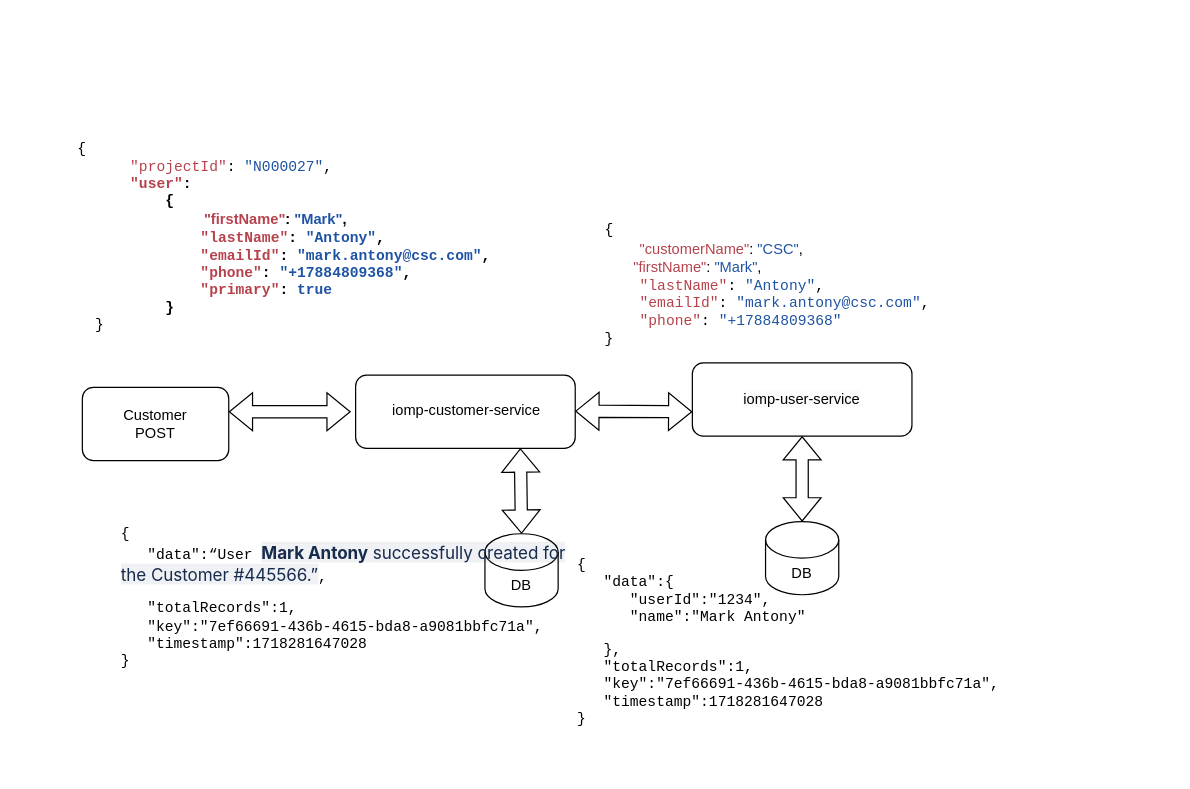
Before: src/main/java/com/wesco/model/post customer contact details.drawio in wesco-chandanabuduru/common-entities, a draw.io diagram. Source tidied: cells renumbered, new cells numbered last; positions are measured from the earlier drawing's top-left corner, leaving out a move shared by most shapes. Both pictures are drawn from the tidied source at 122%, with x=0, y=0 at pixel (57, 21).
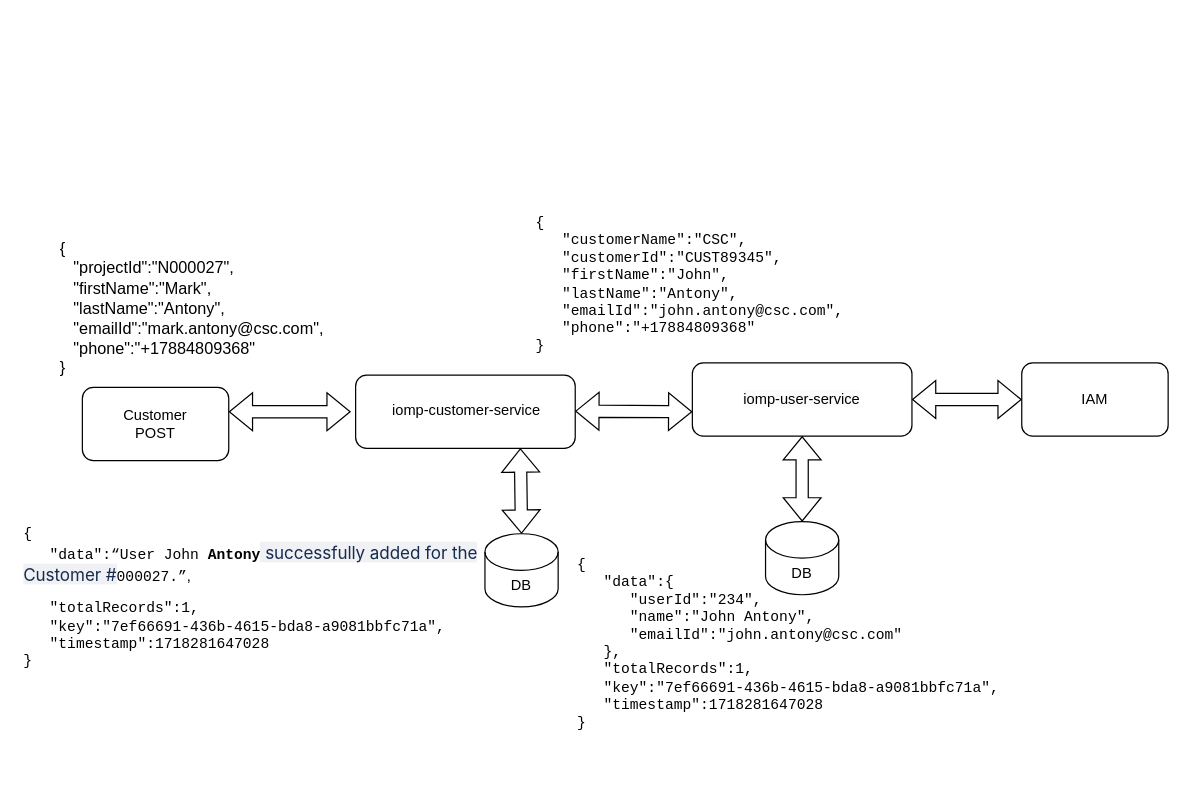
The same page after the edit.

Change to the diagram source:
```diff
@@
-    <mxCell id="8" value="&lt;pre style=&quot;margin-top: 0px;&quot;&gt;&lt;pre&gt;&lt;pre&gt;&lt;pre&gt;&lt;span dir=&quot;ltr&quot; class=&quot;ui-provider a b c d e f g h i j k l m n o p q r s t u v w x y z ab ac ae af ag ah ai aj ak&quot;&gt;&lt;pre&gt;&lt;br&gt;&lt;/pre&gt;&lt;pre&gt;&lt;br&gt;&lt;/pre&gt;&lt;pre&gt;  &lt;/pre&gt;&lt;pre&gt;  {&lt;br&gt;&amp;nbsp;&amp;nbsp;&amp;nbsp;&amp;nbsp;&amp;nbsp;&amp;nbsp;&amp;nbsp; &lt;span style=&quot;color: rgb(182, 66, 76);&quot;&gt;&quot;projectId&quot;&lt;/span&gt;: &lt;span style=&quot;color: rgb(30, 83, 163);&quot;&gt;&quot;N000027&quot;&lt;/span&gt;,&lt;br&gt;&amp;nbsp;&amp;nbsp;&amp;nbsp;&amp;nbsp;&amp;nbsp;&amp;nbsp;&amp;nbsp;&lt;b&gt; &lt;span style=&quot;color: rgb(182, 66, 76);&quot;&gt;&quot;user&quot;&lt;/span&gt;: &lt;br&gt;&lt;/b&gt;&lt;b&gt;&amp;nbsp;&amp;nbsp;&amp;nbsp;&amp;nbsp;&amp;nbsp;&amp;nbsp;&amp;nbsp;&amp;nbsp;&amp;nbsp;&amp;nbsp;&amp;nbsp; {&lt;br&gt;&lt;/b&gt;&lt;b style=&quot;background-color: initial;&quot;&gt;&amp;nbsp;        &lt;/b&gt;&lt;b style=&quot;background-color: initial; font-family: Helvetica; white-space: normal;&quot;&gt; &amp;nbsp; &amp;nbsp; &amp;nbsp; &amp;nbsp; &amp;nbsp; &amp;nbsp; &amp;nbsp; &amp;nbsp;&lt;span style=&quot;color: rgb(182, 66, 76);&quot;&gt;&quot;firstName&quot;&lt;/span&gt;: &lt;span style=&quot;color: rgb(30, 83, 163);&quot;&gt;&quot;Mark&quot;&lt;/span&gt;,&lt;br&gt;&lt;/b&gt;&lt;b&gt;&amp;nbsp;&amp;nbsp;&amp;nbsp;&amp;nbsp;&amp;nbsp;&amp;nbsp;&amp;nbsp;&amp;nbsp;&amp;nbsp;&amp;nbsp;&amp;nbsp;&amp;nbsp;&amp;nbsp;&amp;nbsp;&amp;nbsp; &lt;span style=&quot;color: rgb(182, 66, 76);&quot;&gt;&quot;lastName&quot;&lt;/span&gt;: &lt;span style=&quot;color: rgb(30, 83, 163);&quot;&gt;&quot;Antony&quot;&lt;/span&gt;,&lt;br&gt;&lt;/b&gt;&lt;b&gt;&amp;nbsp;&amp;nbsp;&amp;nbsp;&amp;nbsp;&amp;nbsp;&amp;nbsp;&amp;nbsp;&amp;nbsp;&amp;nbsp;&amp;nbsp;&amp;nbsp;&amp;nbsp;&amp;nbsp;&amp;nbsp;&amp;nbsp; &lt;span style=&quot;color: rgb(182, 66, 76);&quot;&gt;&quot;emailId&quot;&lt;/span&gt;: &lt;span style=&quot;color: rgb(30, 83, 163);&quot;&gt;&quot;mark.antony@csc.com&quot;&lt;/span&gt;,&lt;br&gt;&lt;/b&gt;&lt;b&gt;&amp;nbsp;&amp;nbsp;&amp;nbsp;&amp;nbsp;&amp;nbsp;&amp;nbsp;&amp;nbsp;&amp;nbsp;&amp;nbsp;&amp;nbsp;&amp;nbsp;&amp;nbsp;&amp;nbsp;&amp;nbsp;&amp;nbsp; &lt;span style=&quot;color: rgb(182, 66, 76);&quot;&gt;&quot;phone&quot;&lt;/span&gt;: &lt;span style=&quot;color: rgb(30, 83, 163);&quot;&gt;&quot;+17884809368&quot;&lt;/span&gt;,&lt;br&gt;&lt;/b&gt;&lt;b&gt;&amp;nbsp;&amp;nbsp;&amp;nbsp;&amp;nbsp;&amp;nbsp;&amp;nbsp;&amp;nbsp;&amp;nbsp;&amp;nbsp;&amp;nbsp;&amp;nbsp;&amp;nbsp;&amp;nbsp;&amp;nbsp;&amp;nbsp; &lt;span style=&quot;color: rgb(182, 66, 76);&quot;&gt;&quot;primary&quot;&lt;/span&gt;: &lt;span style=&quot;color: rgb(30, 83, 163);&quot;&gt;true&lt;br&gt;&lt;/span&gt;&lt;/b&gt;&lt;b&gt;&amp;nbsp;&amp;nbsp;&amp;nbsp;&amp;nbsp;&amp;nbsp;&amp;nbsp;&amp;nbsp;&amp;nbsp;&amp;nbsp;&amp;nbsp;&amp;nbsp; }&lt;/b&gt;&lt;br&gt;&amp;nbsp;&amp;nbsp;&amp;nbsp; }&lt;/pre&gt;&lt;/span&gt;&lt;/pre&gt;&lt;/pre&gt;&lt;/pre&gt;&lt;/pre&gt;" style="text;html=1;whiteSpace=wrap;overflow=hidden;rounded=0;align=left;" parent="1" vertex="1">
-      <mxGeometry width="360" height="290" as="geometry" />
+    <mxCell id="8" value="&lt;pre style=&quot;margin-top: 0px;&quot;&gt;&lt;pre&gt;&lt;pre&gt;&lt;pre&gt;&lt;span dir=&quot;ltr&quot; class=&quot;ui-provider a b c d e f g h i j k l m n o p q r s t u v w x y z ab ac ae af ag ah ai aj ak&quot;&gt;&lt;pre&gt;&lt;pre style=&quot;margin: 0cm 0cm 0.0001pt; background-image: initial; background-position: initial; background-size: initial; background-repeat: initial; background-attachment: initial; background-origin: initial; background-clip: initial;&quot;&gt;&lt;font face=&quot;Calibri, sans-serif&quot;&gt;&lt;span style=&quot;font-size: 13.3333px;&quot;&gt;{&lt;br/&gt;   &quot;projectId&quot;:&quot;N000027&quot;,&lt;br/&gt;   &quot;firstName&quot;:&quot;Mark&quot;,&lt;br/&gt;   &quot;lastName&quot;:&quot;Antony&quot;,&lt;br/&gt;   &quot;emailId&quot;:&quot;mark.antony@csc.com&quot;,&lt;br/&gt;   &quot;phone&quot;:&quot;+17884809368&quot;&lt;br/&gt;}&lt;/span&gt;&lt;/font&gt;&lt;font face=&quot;Courier New&quot;&gt;&lt;span style=&quot;font-size: 10pt;&quot;&gt;&lt;br&gt;&lt;/span&gt;&lt;/font&gt;&lt;/pre&gt;&lt;/pre&gt;&lt;/span&gt;&lt;/pre&gt;&lt;/pre&gt;&lt;/pre&gt;&lt;/pre&gt;" style="text;html=1;whiteSpace=wrap;overflow=hidden;rounded=0;align=left;" parent="1" vertex="1">
+      <mxGeometry y="160" width="360" height="190" as="geometry" />
     </mxCell>
@@
-    <mxCell id="13" value="&lt;pre style=&quot;margin-top: 0px;&quot;&gt;&lt;pre&gt;&lt;pre&gt;&lt;pre&gt;&lt;span dir=&quot;ltr&quot; class=&quot;ui-provider a b c d e f g h i j k l m n o p q r s t u v w x y z ab ac ae af ag ah ai aj ak&quot;&gt;&lt;blockquote&gt;&lt;br&gt;&lt;pre&gt;&amp;nbsp;&amp;nbsp;&amp;nbsp;&amp;nbsp;&amp;nbsp;&amp;nbsp;&amp;nbsp;&amp;nbsp;&amp;nbsp;&amp;nbsp;&amp;nbsp; {&lt;br&gt;               &amp;nbsp;&lt;span style=&quot;background-color: initial; font-family: Helvetica; white-space: normal; color: rgb(182, 66, 76);&quot;&gt;&quot;customerName&quot;&lt;/span&gt;&lt;span style=&quot;background-color: initial; font-family: Helvetica; white-space: normal;&quot;&gt;:&lt;/span&gt;&lt;span style=&quot;background-color: initial; font-family: Helvetica; white-space: normal;&quot;&gt;&amp;nbsp;&lt;/span&gt;&lt;span style=&quot;background-color: initial; font-family: Helvetica; white-space: normal; color: rgb(30, 83, 163);&quot;&gt;&quot;CSC&quot;&lt;/span&gt;&lt;span style=&quot;background-color: initial; font-family: Helvetica; white-space: normal;&quot;&gt;,&lt;br&gt;&lt;/span&gt;&lt;span style=&quot;background-color: initial; font-family: Helvetica; white-space: normal;&quot;&gt;&lt;font color=&quot;#b6424c&quot;&gt;&amp;nbsp; &amp;nbsp; &amp;nbsp; &amp;nbsp; &amp;nbsp;&lt;/font&gt; &amp;nbsp; &amp;nbsp; &amp;nbsp; &amp;nbsp;&amp;nbsp;&lt;/span&gt;&lt;span style=&quot;background-color: initial; font-family: Helvetica; white-space: normal;&quot;&gt;&amp;nbsp; &amp;nbsp; &amp;nbsp; &amp;nbsp; &amp;nbsp; &amp;nbsp; &amp;nbsp; &amp;nbsp;&lt;span style=&quot;color: rgb(182, 66, 76);&quot;&gt;&quot;firstName&quot;&lt;/span&gt;:&amp;nbsp;&lt;span style=&quot;color: rgb(30, 83, 163);&quot;&gt;&quot;Mark&quot;&lt;/span&gt;,&lt;br&gt;&lt;/span&gt;&amp;nbsp;&amp;nbsp;&amp;nbsp;&amp;nbsp;&amp;nbsp;&amp;nbsp;&amp;nbsp;&amp;nbsp;&amp;nbsp;&amp;nbsp;&amp;nbsp;&amp;nbsp;&amp;nbsp;&amp;nbsp;&amp;nbsp; &lt;span style=&quot;color: rgb(182, 66, 76);&quot;&gt;&quot;lastName&quot;&lt;/span&gt;: &lt;span style=&quot;color: rgb(30, 83, 163);&quot;&gt;&quot;Antony&quot;&lt;/span&gt;,&lt;br&gt;&amp;nbsp;&amp;nbsp;&amp;nbsp;&amp;nbsp;&amp;nbsp;&amp;nbsp;&amp;nbsp;&amp;nbsp;&amp;nbsp;&amp;nbsp;&amp;nbsp;&amp;nbsp;&amp;nbsp;&amp;nbsp;&amp;nbsp; &lt;span style=&quot;color: rgb(182, 66, 76);&quot;&gt;&quot;emailId&quot;&lt;/span&gt;: &lt;span style=&quot;color: rgb(30, 83, 163);&quot;&gt;&quot;mark.antony@csc.com&quot;&lt;/span&gt;,&lt;br&gt;&amp;nbsp;&amp;nbsp;&amp;nbsp;&amp;nbsp;&amp;nbsp;&amp;nbsp;&amp;nbsp;&amp;nbsp;&amp;nbsp;&amp;nbsp;&amp;nbsp;&amp;nbsp;&amp;nbsp;&amp;nbsp;&amp;nbsp; &lt;span style=&quot;color: rgb(182, 66, 76);&quot;&gt;&quot;phone&quot;&lt;/span&gt;: &lt;span style=&quot;color: rgb(30, 83, 163);&quot;&gt;&quot;+17884809368&quot;&lt;br&gt;&lt;/span&gt;&amp;nbsp;&amp;nbsp;&amp;nbsp;&amp;nbsp;&amp;nbsp;&amp;nbsp;&amp;nbsp;&amp;nbsp;&amp;nbsp;&amp;nbsp;&amp;nbsp; }&lt;/pre&gt;&lt;/blockquote&gt;&lt;/span&gt;&lt;/pre&gt;&lt;/pre&gt;&lt;/pre&gt;&lt;/pre&gt;" style="text;html=1;whiteSpace=wrap;overflow=hidden;rounded=0;align=left;" parent="1" vertex="1">
-      <mxGeometry x="320" y="120" width="420" height="180" as="geometry" />
+    <mxCell id="13" value="&lt;pre style=&quot;margin-top: 0px;&quot;&gt;&lt;pre&gt;&lt;pre&gt;&lt;pre&gt;&lt;span dir=&quot;ltr&quot; class=&quot;ui-provider a b c d e f g h i j k l m n o p q r s t u v w x y z ab ac ae af ag ah ai aj ak&quot;&gt;&lt;blockquote&gt;{&lt;br&gt;   &quot;customerName&quot;:&quot;CSC&quot;,&lt;br&gt;   &quot;customerId&quot;:&quot;CUST89345&quot;,&lt;br&gt;   &quot;firstName&quot;:&quot;John&quot;,&lt;br&gt;   &quot;lastName&quot;:&quot;Antony&quot;,&lt;br&gt;   &quot;emailId&quot;:&quot;john.antony@csc.com&quot;,&lt;br&gt;   &quot;phone&quot;:&quot;+17884809368&quot;&lt;br&gt;}&lt;br&gt;&lt;/blockquote&gt;&lt;/span&gt;&lt;/pre&gt;&lt;/pre&gt;&lt;/pre&gt;&lt;/pre&gt;" style="text;html=1;whiteSpace=wrap;overflow=hidden;rounded=0;align=left;" parent="1" vertex="1">
+      <mxGeometry x="350" y="140" width="420" height="180" as="geometry" />
     </mxCell>
-    <mxCell id="14" value="&lt;pre style=&quot;margin-top: 0px;&quot;&gt;&lt;pre&gt;&lt;pre&gt;&lt;pre&gt;&lt;span dir=&quot;ltr&quot; class=&quot;ui-provider a b c d e f g h i j k l m n o p q r s t u v w x y z ab ac ae af ag ah ai aj ak&quot;&gt;&lt;pre&gt;{&lt;br&gt;   &quot;data&quot;:{&lt;br&gt;      &quot;userId&quot;:&quot;1234&quot;,&lt;br&gt;      &quot;name&quot;:&quot;Mark Antony&quot;&lt;/pre&gt;&lt;pre&gt;   },&lt;br&gt;   &quot;totalRecords&quot;:1,&lt;br&gt;   &quot;key&quot;:&quot;7ef66691-436b-4615-bda8-a9081bbfc71a&quot;,&lt;br&gt;   &quot;timestamp&quot;:1718281647028&lt;br&gt;}&lt;br&gt;&lt;/pre&gt;&lt;/span&gt;&lt;/pre&gt;&lt;/pre&gt;&lt;/pre&gt;&lt;/pre&gt;" style="text;html=1;whiteSpace=wrap;overflow=hidden;rounded=0;align=left;" parent="1" vertex="1">
+    <mxCell id="14" value="&lt;pre style=&quot;margin-top: 0px;&quot;&gt;&lt;pre&gt;&lt;pre&gt;&lt;pre&gt;&lt;span dir=&quot;ltr&quot; class=&quot;ui-provider a b c d e f g h i j k l m n o p q r s t u v w x y z ab ac ae af ag ah ai aj ak&quot;&gt;&lt;pre&gt;{&lt;br&gt;   &quot;data&quot;:{&lt;br&gt;      &quot;userId&quot;:&quot;234&quot;,&lt;br&gt;      &quot;name&quot;:&quot;John Antony&quot;,&lt;br&gt;      &quot;emailId&quot;:&quot;john.antony@csc.com&quot;&lt;br&gt;   },&lt;br&gt;   &quot;totalRecords&quot;:1,&lt;br&gt;   &quot;key&quot;:&quot;7ef66691-436b-4615-bda8-a9081bbfc71a&quot;,&lt;br&gt;   &quot;timestamp&quot;:1718281647028&lt;br&gt;}&lt;br&gt;&lt;/pre&gt;&lt;/span&gt;&lt;/pre&gt;&lt;/pre&gt;&lt;/pre&gt;&lt;/pre&gt;" style="text;html=1;whiteSpace=wrap;overflow=hidden;rounded=0;align=left;" parent="1" vertex="1">
       <mxGeometry x="424" y="420" width="390" height="190" as="geometry" />
     </mxCell>
-    <mxCell id="15" value="&lt;pre style=&quot;margin-top: 0px;&quot;&gt;&lt;pre&gt;&lt;pre&gt;&lt;pre&gt;&lt;span dir=&quot;ltr&quot; class=&quot;ui-provider a b c d e f g h i j k l m n o p q r s t u v w x y z ab ac ae af ag ah ai aj ak&quot;&gt;&lt;pre&gt;{&lt;br&gt;   &quot;data&quot;:“User &lt;strong style=&quot;white-space: normal; color: rgb(23, 43, 77); font-family: -apple-system, &amp;quot;system-ui&amp;quot;, &amp;quot;Segoe UI&amp;quot;, Roboto, Oxygen, Ubuntu, &amp;quot;Fira Sans&amp;quot;, &amp;quot;Droid Sans&amp;quot;, &amp;quot;Helvetica Neue&amp;quot;, sans-serif; font-size: 14px; letter-spacing: -0.07px; background-color: rgba(9, 30, 66, 0.06);&quot;&gt;Mark Antony&lt;/strong&gt;&lt;span style=&quot;white-space: normal; color: rgb(23, 43, 77); font-family: -apple-system, &amp;quot;system-ui&amp;quot;, &amp;quot;Segoe UI&amp;quot;, Roboto, Oxygen, Ubuntu, &amp;quot;Fira Sans&amp;quot;, &amp;quot;Droid Sans&amp;quot;, &amp;quot;Helvetica Neue&amp;quot;, sans-serif; font-size: 14px; letter-spacing: -0.07px; background-color: rgba(9, 30, 66, 0.06);&quot;&gt; successfully created for the Customer #445566.”&lt;/span&gt;,&lt;/pre&gt;&lt;pre&gt;   &quot;totalRecords&quot;:1,&lt;br&gt;   &quot;key&quot;:&quot;7ef66691-436b-4615-bda8-a9081bbfc71a&quot;,&lt;br&gt;   &quot;timestamp&quot;:1718281647028&lt;br&gt;}&lt;br&gt;&lt;/pre&gt;&lt;/span&gt;&lt;/pre&gt;&lt;/pre&gt;&lt;/pre&gt;&lt;/pre&gt;" style="text;html=1;whiteSpace=wrap;overflow=hidden;rounded=0;align=left;" parent="1" vertex="1">
-      <mxGeometry x="50" y="395" width="390" height="190" as="geometry" />
+    <mxCell id="15" value="&lt;pre style=&quot;margin-top: 0px;&quot;&gt;&lt;pre&gt;&lt;pre&gt;&lt;pre&gt;&lt;span dir=&quot;ltr&quot; class=&quot;ui-provider a b c d e f g h i j k l m n o p q r s t u v w x y z ab ac ae af ag ah ai aj ak&quot;&gt;&lt;pre&gt;{&lt;br&gt;   &quot;data&quot;:“User John&lt;b&gt; Antony&lt;/b&gt;&lt;span style=&quot;white-space: normal; color: rgb(23, 43, 77); font-family: -apple-system, &amp;quot;system-ui&amp;quot;, &amp;quot;Segoe UI&amp;quot;, Roboto, Oxygen, Ubuntu, &amp;quot;Fira Sans&amp;quot;, &amp;quot;Droid Sans&amp;quot;, &amp;quot;Helvetica Neue&amp;quot;, sans-serif; font-size: 14px; letter-spacing: -0.07px; background-color: rgba(9, 30, 66, 0.06);&quot;&gt;&amp;nbsp;successfully added for the Customer #&lt;/span&gt;000027.”&lt;span style=&quot;background-color: initial; font-family: Helvetica; white-space: normal;&quot;&gt;,&lt;/span&gt;&lt;br&gt;&lt;/pre&gt;&lt;pre&gt;   &quot;totalRecords&quot;:1,&lt;br&gt;   &quot;key&quot;:&quot;7ef66691-436b-4615-bda8-a9081bbfc71a&quot;,&lt;br&gt;   &quot;timestamp&quot;:1718281647028&lt;br&gt;}&lt;br&gt;&lt;/pre&gt;&lt;/span&gt;&lt;/pre&gt;&lt;/pre&gt;&lt;/pre&gt;&lt;/pre&gt;" style="text;html=1;whiteSpace=wrap;overflow=hidden;rounded=0;align=left;" parent="1" vertex="1">
+      <mxGeometry x="-30" y="395" width="390" height="190" as="geometry" />
     </mxCell>
+    <mxCell id="16" value="IAM" style="rounded=1;whiteSpace=wrap;html=1;" parent="1" vertex="1">
+      <mxGeometry x="790" y="280" width="120" height="60" as="geometry" />
+    </mxCell>
+    <mxCell id="17" style="shape=flexArrow;endArrow=classic;startArrow=classic;html=1;rounded=0;entryX=0;entryY=0.5;entryDx=0;entryDy=0;exitX=1;exitY=0.5;exitDx=0;exitDy=0;" parent="1" edge="1" target="16">
+      <mxGeometry relative="1" as="geometry">
+        <mxPoint x="700" y="310" as="sourcePoint" />
+      </mxGeometry>
+    </mxCell>
```
